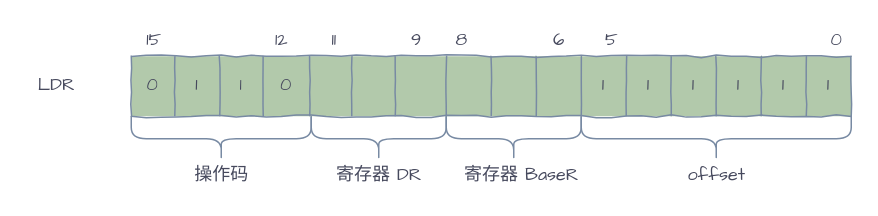
Before: page "ldr" (17 of 25) of vm.drawio in silan-liu/drawio, a draw.io diagram. Source tidied: cells renumbered, new cells numbered last; positions are measured from the earlier drawing's top-left corner, leaving out a move shared by most shapes. Both pictures are drawn from the tidied source at 150%, with x=0, y=0 at pixel (26, 26).
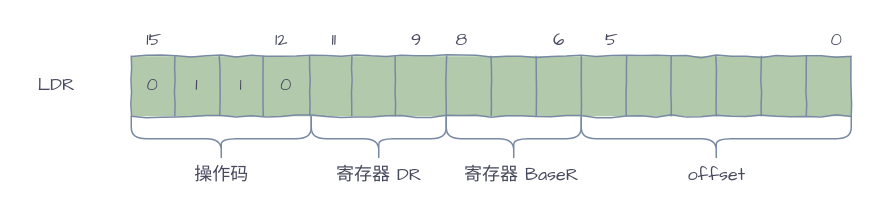
The same page after the edit.

The change refers to these unchanged cells:
```xml
<mxCell id="3" style="shape=partialRectangle;html=1;whiteSpace=wrap;fillColor=none;top=0;left=0;bottom=0;right=0;strokeColor=#788AA3;fontColor=#46495D;fontFamily=Architects Daughter;" parent="2" vertex="1">
  <mxGeometry width="480" height="40" as="geometry" />
</mxCell>
```

Change to the diagram source:
```diff
@@
-    <mxCell id="14" value="1" style="shape=partialRectangle;html=1;whiteSpace=wrap;overflow=hidden;fillColor=none;top=0;left=0;bottom=0;right=0;strokeColor=#788AA3;fontColor=#46495D;fontFamily=Architects Daughter;" parent="3" vertex="1">
+    <mxCell id="14" style="shape=partialRectangle;html=1;whiteSpace=wrap;overflow=hidden;fillColor=none;top=0;left=0;bottom=0;right=0;strokeColor=#788AA3;fontColor=#46495D;fontFamily=Architects Daughter;" parent="3" vertex="1">
       <mxGeometry x="300" width="30" height="40" as="geometry" />
     </mxCell>
-    <mxCell id="15" value="1" style="shape=partialRectangle;html=1;whiteSpace=wrap;overflow=hidden;fillColor=none;top=0;left=0;bottom=0;right=0;strokeColor=#788AA3;fontColor=#46495D;fontFamily=Architects Daughter;" parent="3" vertex="1">
+    <mxCell id="15" style="shape=partialRectangle;html=1;whiteSpace=wrap;overflow=hidden;fillColor=none;top=0;left=0;bottom=0;right=0;strokeColor=#788AA3;fontColor=#46495D;fontFamily=Architects Daughter;" parent="3" vertex="1">
       <mxGeometry x="330" width="30" height="40" as="geometry" />
     </mxCell>
-    <mxCell id="16" value="1" style="shape=partialRectangle;html=1;whiteSpace=wrap;overflow=hidden;fillColor=none;top=0;left=0;bottom=0;right=0;strokeColor=#788AA3;fontColor=#46495D;fontFamily=Architects Daughter;" parent="3" vertex="1">
+    <mxCell id="16" style="shape=partialRectangle;html=1;whiteSpace=wrap;overflow=hidden;fillColor=none;top=0;left=0;bottom=0;right=0;strokeColor=#788AA3;fontColor=#46495D;fontFamily=Architects Daughter;" parent="3" vertex="1">
       <mxGeometry x="360" width="30" height="40" as="geometry" />
     </mxCell>
-    <mxCell id="17" value="1" style="shape=partialRectangle;html=1;whiteSpace=wrap;overflow=hidden;fillColor=none;top=0;left=0;bottom=0;right=0;strokeColor=#788AA3;fontColor=#46495D;fontFamily=Architects Daughter;" parent="3" vertex="1">
+    <mxCell id="17" style="shape=partialRectangle;html=1;whiteSpace=wrap;overflow=hidden;fillColor=none;top=0;left=0;bottom=0;right=0;strokeColor=#788AA3;fontColor=#46495D;fontFamily=Architects Daughter;" parent="3" vertex="1">
       <mxGeometry x="390" width="30" height="40" as="geometry" />
     </mxCell>
-    <mxCell id="18" value="1" style="shape=partialRectangle;html=1;whiteSpace=wrap;overflow=hidden;fillColor=none;top=0;left=0;bottom=0;right=0;strokeColor=#788AA3;fontColor=#46495D;fontFamily=Architects Daughter;" parent="3" vertex="1">
+    <mxCell id="18" style="shape=partialRectangle;html=1;whiteSpace=wrap;overflow=hidden;fillColor=none;top=0;left=0;bottom=0;right=0;strokeColor=#788AA3;fontColor=#46495D;fontFamily=Architects Daughter;" parent="3" vertex="1">
       <mxGeometry x="420" width="30" height="40" as="geometry" />
     </mxCell>
-    <mxCell id="19" value="1" style="shape=partialRectangle;html=1;whiteSpace=wrap;overflow=hidden;fillColor=none;top=0;left=0;bottom=0;right=0;strokeColor=#788AA3;fontColor=#46495D;fontFamily=Architects Daughter;" parent="3" vertex="1">
+    <mxCell id="19" style="shape=partialRectangle;html=1;whiteSpace=wrap;overflow=hidden;fillColor=none;top=0;left=0;bottom=0;right=0;strokeColor=#788AA3;fontColor=#46495D;fontFamily=Architects Daughter;" parent="3" vertex="1">
       <mxGeometry x="450" width="30" height="40" as="geometry" />
     </mxCell>
```
